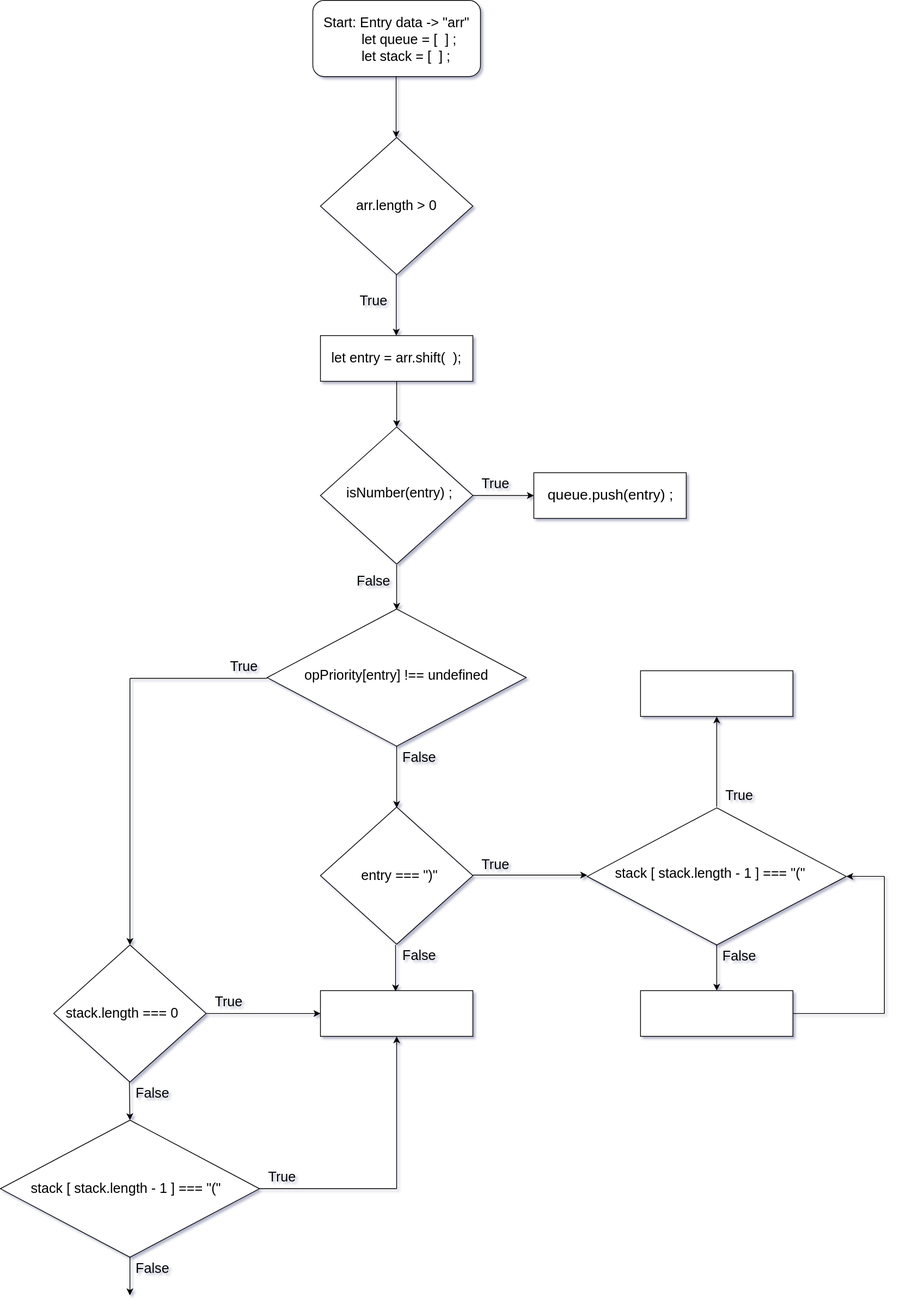
Earlier version of the draw.io export Untitled Diagram.drawio.svg (jcgm3205/jcgm3205). Source tidied: cells renumbered, new cells last; positions are measured from the earlier drawing's top-left corner, leaving out a move shared by most shapes. Its diagram source:
```xml
<mxGraphModel shadow="1">
  <root>
    <mxCell id="0" />
    <mxCell id="1" parent="0" />
    <mxCell id="2" style="rounded=1;whiteSpace=wrap;html=1;" parent="1" vertex="1">
      <mxGeometry x="410" width="220" height="100" as="geometry" />
    </mxCell>
    <mxCell id="3" value="&lt;font style=&quot;font-size: 18px&quot;&gt;&lt;span&gt;Start: Entry data -&amp;gt; &quot;arr&quot;&lt;/span&gt;&lt;br&gt;&lt;div style=&quot;text-align: left&quot;&gt;&lt;span&gt;&amp;nbsp; &amp;nbsp; &amp;nbsp; &amp;nbsp; &amp;nbsp; let queue = [&amp;nbsp; ] ;&lt;/span&gt;&lt;/div&gt;&lt;div style=&quot;text-align: left&quot;&gt;&lt;span&gt;&amp;nbsp; &amp;nbsp; &amp;nbsp; &amp;nbsp; &amp;nbsp; let stack = [&amp;nbsp; ] ;&lt;/span&gt;&lt;/div&gt;&lt;br&gt;&lt;/font&gt;" style="text;html=1;strokeColor=none;fillColor=none;align=center;verticalAlign=middle;whiteSpace=wrap;rounded=0;" parent="1" vertex="1">
      <mxGeometry x="370" width="300" height="125" as="geometry" />
    </mxCell>
    <mxCell id="4" style="endArrow=classic;html=1;rounded=0;fontSize=14;" parent="1" edge="1">
      <mxGeometry relative="1" as="geometry">
        <mxPoint x="519.3" y="100" as="sourcePoint" />
        <mxPoint x="519.3" y="180" as="targetPoint" />
      </mxGeometry>
    </mxCell>
    <mxCell id="5" style="rhombus;whiteSpace=wrap;html=1;fontSize=14;" parent="1" vertex="1">
      <mxGeometry x="420" y="180" width="200" height="180" as="geometry" />
    </mxCell>
    <mxCell id="6" value="&lt;font style=&quot;font-size: 18px&quot;&gt;arr.length &amp;gt; 0&lt;/font&gt;" style="text;html=1;strokeColor=none;fillColor=none;align=center;verticalAlign=middle;whiteSpace=wrap;rounded=0;fontSize=14;" parent="1" vertex="1">
      <mxGeometry x="460" y="220" width="120" height="100" as="geometry" />
    </mxCell>
    <mxCell id="7" style="endArrow=classic;html=1;rounded=0;fontSize=14;" parent="1" edge="1">
      <mxGeometry relative="1" as="geometry">
        <mxPoint x="519.5" y="360" as="sourcePoint" />
        <mxPoint x="519.5" y="440" as="targetPoint" />
      </mxGeometry>
    </mxCell>
    <mxCell id="8" value="True" style="text;html=1;strokeColor=none;fillColor=none;align=center;verticalAlign=middle;whiteSpace=wrap;rounded=0;fontSize=18;" parent="1" vertex="1">
      <mxGeometry x="460" y="380" width="60" height="30" as="geometry" />
    </mxCell>
    <mxCell id="9" style="rounded=0;whiteSpace=wrap;html=1;fontSize=18;" parent="1" vertex="1">
      <mxGeometry x="420" y="440" width="200" height="60" as="geometry" />
    </mxCell>
    <mxCell id="10" value="let entry = arr.shift(&amp;nbsp; );" style="text;html=1;strokeColor=none;fillColor=none;align=center;verticalAlign=middle;whiteSpace=wrap;rounded=0;fontSize=18;" parent="1" vertex="1">
      <mxGeometry x="420" y="440" width="200" height="60" as="geometry" />
    </mxCell>
    <mxCell id="11" style="rhombus;whiteSpace=wrap;html=1;fontSize=14;" parent="1" vertex="1">
      <mxGeometry x="420" y="560" width="200" height="180" as="geometry" />
    </mxCell>
    <mxCell id="12" value="isNumber(entry) ;" style="text;html=1;strokeColor=none;fillColor=none;align=center;verticalAlign=middle;whiteSpace=wrap;rounded=0;fontSize=18;" parent="1" vertex="1">
      <mxGeometry x="444" y="597" width="160" height="100" as="geometry" />
    </mxCell>
    <mxCell id="13" style="endArrow=classic;html=1;rounded=0;fontSize=18;" parent="1" edge="1">
      <mxGeometry relative="1" as="geometry">
        <mxPoint x="520" y="741" as="sourcePoint" />
        <mxPoint x="520" y="800" as="targetPoint" />
      </mxGeometry>
    </mxCell>
    <mxCell id="14" value="False" style="text;html=1;strokeColor=none;fillColor=none;align=center;verticalAlign=middle;whiteSpace=wrap;rounded=0;fontSize=18;" parent="1" vertex="1">
      <mxGeometry x="460" y="748" width="60" height="30" as="geometry" />
    </mxCell>
    <mxCell id="15" style="rhombus;whiteSpace=wrap;html=1;fontSize=14;" parent="1" vertex="1">
      <mxGeometry x="350" y="799" width="340" height="180" as="geometry" />
    </mxCell>
    <mxCell id="16" value="opPriority[entry] !== undefined" style="text;html=1;strokeColor=none;fillColor=none;align=center;verticalAlign=middle;whiteSpace=wrap;rounded=0;fontSize=18;" parent="1" vertex="1">
      <mxGeometry x="390" y="846" width="260" height="80" as="geometry" />
    </mxCell>
    <mxCell id="17" style="rhombus;whiteSpace=wrap;html=1;fontSize=14;" parent="1" vertex="1">
      <mxGeometry x="70" y="1240" width="200" height="180" as="geometry" />
    </mxCell>
    <mxCell id="18" style="endArrow=classic;html=1;rounded=0;" parent="1" edge="1">
      <mxGeometry relative="1" as="geometry">
        <mxPoint x="520" y="500" as="sourcePoint" />
        <mxPoint x="520" y="560" as="targetPoint" />
      </mxGeometry>
    </mxCell>
    <mxCell id="19" style="endArrow=classic;html=1;rounded=0;" parent="1" edge="1">
      <mxGeometry relative="1" as="geometry">
        <mxPoint x="620" y="650" as="sourcePoint" />
        <mxPoint x="700" y="650" as="targetPoint" />
      </mxGeometry>
    </mxCell>
    <mxCell id="20" value="True" style="text;html=1;strokeColor=none;fillColor=none;align=center;verticalAlign=middle;whiteSpace=wrap;rounded=0;fontSize=18;" parent="1" vertex="1">
      <mxGeometry x="620" y="620" width="60" height="30" as="geometry" />
    </mxCell>
    <mxCell id="21" style="rounded=0;whiteSpace=wrap;html=1;" parent="1" vertex="1">
      <mxGeometry x="700" y="620" width="200" height="60" as="geometry" />
    </mxCell>
    <mxCell id="22" value="&lt;font style=&quot;font-size: 19px&quot;&gt;queue.push(entry) ;&lt;/font&gt;" style="text;html=1;strokeColor=none;fillColor=none;align=center;verticalAlign=middle;whiteSpace=wrap;rounded=0;" parent="1" vertex="1">
      <mxGeometry x="701" y="620" width="200" height="60" as="geometry" />
    </mxCell>
    <mxCell id="23" style="endArrow=classic;html=1;rounded=0;fontSize=18;" parent="1" edge="1">
      <mxGeometry relative="1" as="geometry">
        <mxPoint x="520" y="979" as="sourcePoint" />
        <mxPoint x="520" y="1060" as="targetPoint" />
      </mxGeometry>
    </mxCell>
    <mxCell id="24" style="rhombus;whiteSpace=wrap;html=1;fontSize=14;" parent="1" vertex="1">
      <mxGeometry x="420" y="1059" width="200" height="180" as="geometry" />
    </mxCell>
    <mxCell id="25" value="entry === &quot;)&quot;" style="text;html=1;strokeColor=none;fillColor=none;align=center;verticalAlign=middle;whiteSpace=wrap;rounded=0;fontSize=18;" parent="1" vertex="1">
      <mxGeometry x="444" y="1099" width="160" height="100" as="geometry" />
    </mxCell>
    <mxCell id="26" value="False" style="text;html=1;strokeColor=none;fillColor=none;align=center;verticalAlign=middle;whiteSpace=wrap;rounded=0;fontSize=18;" parent="1" vertex="1">
      <mxGeometry x="520" y="979" width="60" height="30" as="geometry" />
    </mxCell>
    <mxCell id="27" value="False" style="text;html=1;strokeColor=none;fillColor=none;align=center;verticalAlign=middle;whiteSpace=wrap;rounded=0;fontSize=18;" parent="1" vertex="1">
      <mxGeometry x="520" y="1239" width="60" height="30" as="geometry" />
    </mxCell>
    <mxCell id="28" style="endArrow=classic;html=1;rounded=0;fontSize=18;" parent="1" edge="1">
      <mxGeometry relative="1" as="geometry">
        <mxPoint x="940" y="1239" as="sourcePoint" />
        <mxPoint x="940" y="1300" as="targetPoint" />
      </mxGeometry>
    </mxCell>
    <mxCell id="29" style="rounded=0;whiteSpace=wrap;html=1;fontSize=18;" parent="1" vertex="1">
      <mxGeometry x="420" y="1300" width="200" height="60" as="geometry" />
    </mxCell>
    <mxCell id="30" value="&lt;font style=&quot;font-size: 18px&quot;&gt;stack.length === 0&lt;/font&gt;" style="text;html=1;strokeColor=none;fillColor=none;align=center;verticalAlign=middle;whiteSpace=wrap;rounded=0;fontSize=15;strokeWidth=2;" parent="1" vertex="1">
      <mxGeometry x="70" y="1315" width="180" height="30" as="geometry" />
    </mxCell>
    <mxCell id="31" value="True" style="text;html=1;strokeColor=none;fillColor=none;align=center;verticalAlign=middle;whiteSpace=wrap;rounded=0;fontSize=18;" parent="1" vertex="1">
      <mxGeometry x="290" y="860" width="60" height="30" as="geometry" />
    </mxCell>
    <mxCell id="32" value="True" style="text;html=1;strokeColor=none;fillColor=none;align=center;verticalAlign=middle;whiteSpace=wrap;rounded=0;fontSize=18;" parent="1" vertex="1">
      <mxGeometry x="270" y="1300" width="60" height="30" as="geometry" />
    </mxCell>
    <mxCell id="33" style="endArrow=classic;html=1;rounded=0;fontSize=18;entryX=0;entryY=0.5;entryDx=0;entryDy=0;" parent="1" edge="1" target="29">
      <mxGeometry relative="1" as="geometry">
        <mxPoint x="270" y="1330" as="sourcePoint" />
      </mxGeometry>
    </mxCell>
    <mxCell id="34" style="endArrow=classic;html=1;rounded=0;fontSize=18;entryX=0.5;entryY=0;entryDx=0;entryDy=0;" parent="1" edge="1" target="17">
      <mxGeometry relative="1" as="geometry">
        <mxPoint x="170" y="890" as="sourcePoint" />
      </mxGeometry>
    </mxCell>
    <mxCell id="35" style="endArrow=none;html=1;rounded=0;fontSize=18;" parent="1" edge="1">
      <mxGeometry relative="1" as="geometry">
        <mxPoint x="350" y="890" as="sourcePoint" />
        <mxPoint x="170" y="890" as="targetPoint" />
      </mxGeometry>
    </mxCell>
    <mxCell id="36" style="rhombus;whiteSpace=wrap;html=1;fontSize=14;" parent="1" vertex="1">
      <mxGeometry y="1470" width="340" height="180" as="geometry" />
    </mxCell>
    <mxCell id="37" style="endArrow=classic;html=1;rounded=0;fontSize=18;entryX=0.5;entryY=0;entryDx=0;entryDy=0;" parent="1" edge="1" target="36">
      <mxGeometry relative="1" as="geometry">
        <mxPoint x="169.3" y="1420" as="sourcePoint" />
      </mxGeometry>
    </mxCell>
    <mxCell id="38" value="False" style="text;html=1;strokeColor=none;fillColor=none;align=center;verticalAlign=middle;whiteSpace=wrap;rounded=0;fontSize=18;" parent="1" vertex="1">
      <mxGeometry x="170" y="1650" width="60" height="30" as="geometry" />
    </mxCell>
    <mxCell id="39" style="endArrow=classic;html=1;rounded=0;fontSize=18;entryX=0.5;entryY=1;entryDx=0;entryDy=0;" parent="1" edge="1" target="29">
      <mxGeometry relative="1" as="geometry">
        <mxPoint x="520" y="1560" as="sourcePoint" />
      </mxGeometry>
    </mxCell>
    <mxCell id="40" style="endArrow=none;html=1;rounded=0;fontSize=18;" parent="1" edge="1">
      <mxGeometry relative="1" as="geometry">
        <mxPoint x="340" y="1560" as="sourcePoint" />
        <mxPoint x="520" y="1560" as="targetPoint" />
      </mxGeometry>
    </mxCell>
    <mxCell id="41" value="True" style="text;html=1;strokeColor=none;fillColor=none;align=center;verticalAlign=middle;whiteSpace=wrap;rounded=0;fontSize=18;" parent="1" vertex="1">
      <mxGeometry x="340" y="1530" width="60" height="30" as="geometry" />
    </mxCell>
    <mxCell id="42" value="stack [ stack.length - 1 ] === &quot;(&quot;" style="text;html=1;strokeColor=none;fillColor=none;align=center;verticalAlign=middle;whiteSpace=wrap;rounded=0;fontSize=18;" parent="1" vertex="1">
      <mxGeometry x="30" y="1530" width="270" height="60" as="geometry" />
    </mxCell>
    <mxCell id="43" style="endArrow=classic;html=1;rounded=0;fontSize=18;exitX=0.5;exitY=1;exitDx=0;exitDy=0;" parent="1" edge="1" source="36">
      <mxGeometry relative="1" as="geometry">
        <mxPoint x="170" y="1700" as="targetPoint" />
      </mxGeometry>
    </mxCell>
    <mxCell id="44" value="False" style="text;html=1;strokeColor=none;fillColor=none;align=center;verticalAlign=middle;whiteSpace=wrap;rounded=0;fontSize=18;" parent="1" vertex="1">
      <mxGeometry x="170" y="1420" width="60" height="30" as="geometry" />
    </mxCell>
    <mxCell id="45" style="endArrow=classic;html=1;rounded=0;fontSize=18;entryX=0;entryY=0.5;entryDx=0;entryDy=0;" parent="1" edge="1">
      <mxGeometry relative="1" as="geometry">
        <mxPoint x="620" y="1148.3" as="sourcePoint" />
        <mxPoint x="770" y="1148.3" as="targetPoint" />
      </mxGeometry>
    </mxCell>
    <mxCell id="46" style="rhombus;whiteSpace=wrap;html=1;fontSize=14;" parent="1" vertex="1">
      <mxGeometry x="770" y="1060" width="340" height="180" as="geometry" />
    </mxCell>
    <mxCell id="47" value="stack [ stack.length - 1 ] === &quot;(&quot;" style="text;whiteSpace=wrap;html=1;fontSize=18;" parent="1" vertex="1">
      <mxGeometry x="805" y="1129" width="270" height="40" as="geometry" />
    </mxCell>
    <mxCell id="48" value="True" style="text;html=1;strokeColor=none;fillColor=none;align=center;verticalAlign=middle;whiteSpace=wrap;rounded=0;fontSize=18;" parent="1" vertex="1">
      <mxGeometry x="620" y="1120" width="60" height="30" as="geometry" />
    </mxCell>
    <mxCell id="49" style="endArrow=classic;html=1;rounded=0;fontSize=18;" parent="1" edge="1">
      <mxGeometry relative="1" as="geometry">
        <mxPoint x="940" y="1058.6" as="sourcePoint" />
        <mxPoint x="940" y="940" as="targetPoint" />
      </mxGeometry>
    </mxCell>
    <mxCell id="50" value="True" style="text;html=1;strokeColor=none;fillColor=none;align=center;verticalAlign=middle;whiteSpace=wrap;rounded=0;fontSize=18;" parent="1" vertex="1">
      <mxGeometry x="940" y="1029" width="60" height="30" as="geometry" />
    </mxCell>
    <mxCell id="51" style="rounded=0;whiteSpace=wrap;html=1;fontSize=18;" parent="1" vertex="1">
      <mxGeometry x="840" y="880" width="200" height="60" as="geometry" />
    </mxCell>
    <mxCell id="52" style="endArrow=classic;html=1;rounded=0;fontSize=18;" parent="1" edge="1">
      <mxGeometry relative="1" as="geometry">
        <mxPoint x="518.6" y="1240" as="sourcePoint" />
        <mxPoint x="518.6" y="1301" as="targetPoint" />
      </mxGeometry>
    </mxCell>
    <mxCell id="53" value="False" style="text;html=1;strokeColor=none;fillColor=none;align=center;verticalAlign=middle;whiteSpace=wrap;rounded=0;fontSize=18;" parent="1" vertex="1">
      <mxGeometry x="940" y="1240" width="60" height="30" as="geometry" />
    </mxCell>
    <mxCell id="54" style="rounded=0;whiteSpace=wrap;html=1;fontSize=18;" parent="1" vertex="1">
      <mxGeometry x="840" y="1300" width="200" height="60" as="geometry" />
    </mxCell>
    <mxCell id="55" style="endArrow=none;html=1;rounded=0;fontSize=18;" parent="1" edge="1">
      <mxGeometry relative="1" as="geometry">
        <mxPoint x="1040" y="1330" as="sourcePoint" />
        <mxPoint x="1160" y="1330" as="targetPoint" />
      </mxGeometry>
    </mxCell>
    <mxCell id="56" style="endArrow=none;html=1;rounded=0;fontSize=18;" parent="1" edge="1">
      <mxGeometry relative="1" as="geometry">
        <mxPoint x="1160" y="1330" as="sourcePoint" />
        <mxPoint x="1160" y="1150" as="targetPoint" />
      </mxGeometry>
    </mxCell>
    <mxCell id="57" style="endArrow=classic;html=1;rounded=0;fontSize=18;entryX=1;entryY=0.5;entryDx=0;entryDy=0;" parent="1" edge="1" target="46">
      <mxGeometry relative="1" as="geometry">
        <mxPoint x="1160" y="1150" as="sourcePoint" />
      </mxGeometry>
    </mxCell>
  </root>
</mxGraphModel>
```
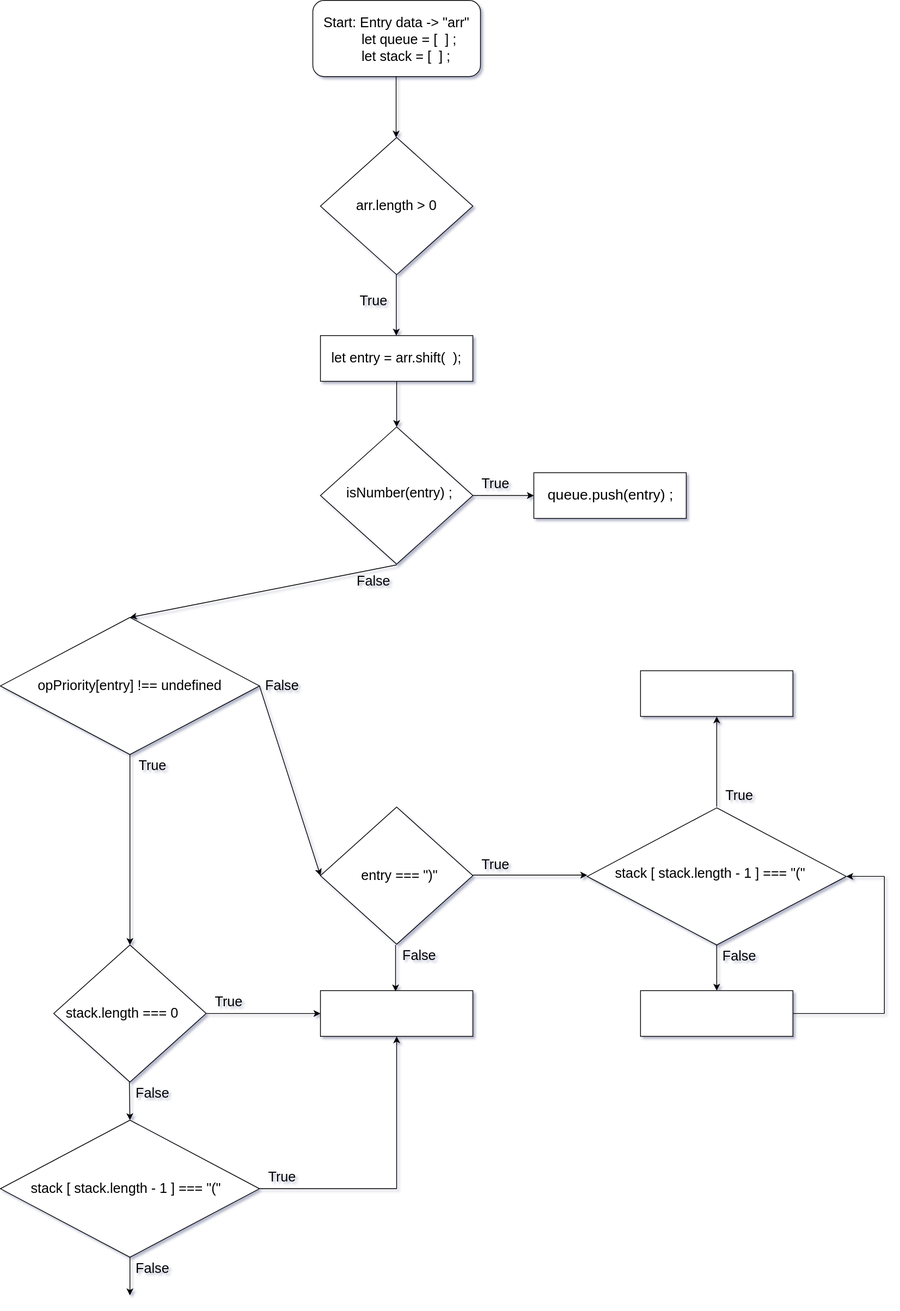
The same file after the commit.

The edit, as a diff of the source:
```diff
@@ -41,20 +41,19 @@
     <mxCell id="12" value="isNumber(entry) ;" style="text;html=1;strokeColor=none;fillColor=none;align=center;verticalAlign=middle;whiteSpace=wrap;rounded=0;fontSize=18;" parent="1" vertex="1">
       <mxGeometry x="444" y="597" width="160" height="100" as="geometry" />
     </mxCell>
-    <mxCell id="13" style="endArrow=classic;html=1;rounded=0;fontSize=18;" parent="1" edge="1">
+    <mxCell id="13" style="endArrow=classic;html=1;rounded=0;fontSize=18;entryX=0.5;entryY=0;entryDx=0;entryDy=0;" parent="1" edge="1" target="15">
       <mxGeometry relative="1" as="geometry">
         <mxPoint x="520" y="741" as="sourcePoint" />
-        <mxPoint x="520" y="800" as="targetPoint" />
       </mxGeometry>
     </mxCell>
     <mxCell id="14" value="False" style="text;html=1;strokeColor=none;fillColor=none;align=center;verticalAlign=middle;whiteSpace=wrap;rounded=0;fontSize=18;" parent="1" vertex="1">
       <mxGeometry x="460" y="748" width="60" height="30" as="geometry" />
     </mxCell>
     <mxCell id="15" style="rhombus;whiteSpace=wrap;html=1;fontSize=14;" parent="1" vertex="1">
-      <mxGeometry x="350" y="799" width="340" height="180" as="geometry" />
+      <mxGeometry y="810" width="340" height="180" as="geometry" />
     </mxCell>
     <mxCell id="16" value="opPriority[entry] !== undefined" style="text;html=1;strokeColor=none;fillColor=none;align=center;verticalAlign=middle;whiteSpace=wrap;rounded=0;fontSize=18;" parent="1" vertex="1">
-      <mxGeometry x="390" y="846" width="260" height="80" as="geometry" />
+      <mxGeometry x="40" y="860" width="260" height="80" as="geometry" />
     </mxCell>
     <mxCell id="17" style="rhombus;whiteSpace=wrap;html=1;fontSize=14;" parent="1" vertex="1">
       <mxGeometry x="70" y="1240" width="200" height="180" as="geometry" />
@@ -80,11 +79,8 @@
     <mxCell id="22" value="&lt;font style=&quot;font-size: 19px&quot;&gt;queue.push(entry) ;&lt;/font&gt;" style="text;html=1;strokeColor=none;fillColor=none;align=center;verticalAlign=middle;whiteSpace=wrap;rounded=0;" parent="1" vertex="1">
       <mxGeometry x="701" y="620" width="200" height="60" as="geometry" />
     </mxCell>
-    <mxCell id="23" style="endArrow=classic;html=1;rounded=0;fontSize=18;" parent="1" edge="1">
-      <mxGeometry relative="1" as="geometry">
-        <mxPoint x="520" y="979" as="sourcePoint" />
-        <mxPoint x="520" y="1060" as="targetPoint" />
-      </mxGeometry>
+    <mxCell id="23" style="endArrow=classic;html=1;rounded=0;fontSize=18;entryX=0;entryY=0.5;entryDx=0;entryDy=0;exitX=1;exitY=0.5;exitDx=0;exitDy=0;" parent="1" edge="1" source="15" target="24">
+      <mxGeometry relative="1" as="geometry" />
     </mxCell>
     <mxCell id="24" style="rhombus;whiteSpace=wrap;html=1;fontSize=14;" parent="1" vertex="1">
       <mxGeometry x="420" y="1059" width="200" height="180" as="geometry" />
@@ -93,7 +89,7 @@
       <mxGeometry x="444" y="1099" width="160" height="100" as="geometry" />
     </mxCell>
     <mxCell id="26" value="False" style="text;html=1;strokeColor=none;fillColor=none;align=center;verticalAlign=middle;whiteSpace=wrap;rounded=0;fontSize=18;" parent="1" vertex="1">
-      <mxGeometry x="520" y="979" width="60" height="30" as="geometry" />
+      <mxGeometry x="340" y="885" width="60" height="30" as="geometry" />
     </mxCell>
     <mxCell id="27" value="False" style="text;html=1;strokeColor=none;fillColor=none;align=center;verticalAlign=middle;whiteSpace=wrap;rounded=0;fontSize=18;" parent="1" vertex="1">
       <mxGeometry x="520" y="1239" width="60" height="30" as="geometry" />
@@ -111,7 +107,7 @@
       <mxGeometry x="70" y="1315" width="180" height="30" as="geometry" />
     </mxCell>
     <mxCell id="31" value="True" style="text;html=1;strokeColor=none;fillColor=none;align=center;verticalAlign=middle;whiteSpace=wrap;rounded=0;fontSize=18;" parent="1" vertex="1">
-      <mxGeometry x="290" y="860" width="60" height="30" as="geometry" />
+      <mxGeometry x="170" y="990" width="60" height="30" as="geometry" />
     </mxCell>
     <mxCell id="32" value="True" style="text;html=1;strokeColor=none;fillColor=none;align=center;verticalAlign=middle;whiteSpace=wrap;rounded=0;fontSize=18;" parent="1" vertex="1">
       <mxGeometry x="270" y="1300" width="60" height="30" as="geometry" />
@@ -123,15 +119,9 @@
     </mxCell>
     <mxCell id="34" style="endArrow=classic;html=1;rounded=0;fontSize=18;entryX=0.5;entryY=0;entryDx=0;entryDy=0;" parent="1" edge="1" target="17">
       <mxGeometry relative="1" as="geometry">
-        <mxPoint x="170" y="890" as="sourcePoint" />
+        <mxPoint x="170" y="990" as="sourcePoint" />
       </mxGeometry>
     </mxCell>
-    <mxCell id="35" style="endArrow=none;html=1;rounded=0;fontSize=18;" parent="1" edge="1">
-      <mxGeometry relative="1" as="geometry">
-        <mxPoint x="350" y="890" as="sourcePoint" />
-        <mxPoint x="170" y="890" as="targetPoint" />
-      </mxGeometry>
-    </mxCell>
     <mxCell id="36" style="rhombus;whiteSpace=wrap;html=1;fontSize=14;" parent="1" vertex="1">
       <mxGeometry y="1470" width="340" height="180" as="geometry" />
     </mxCell>
```
